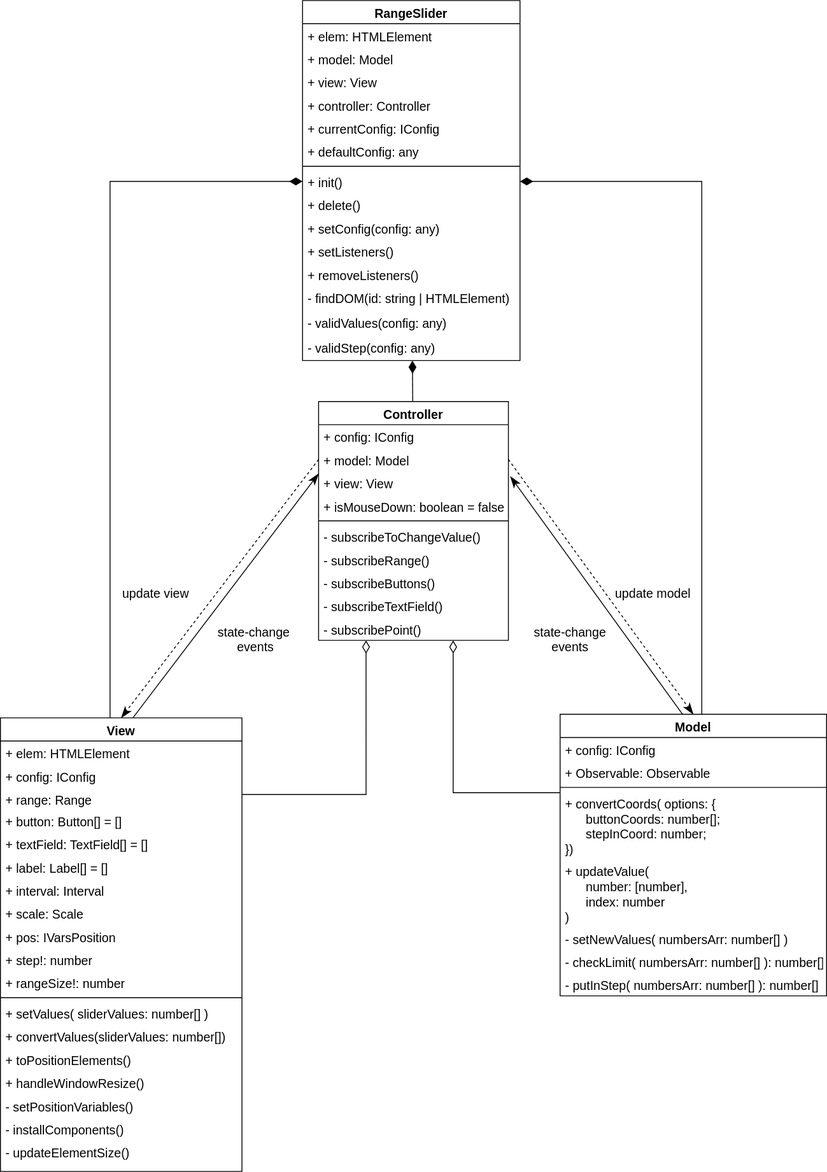
Before: uml/slider.svg, a diagram exported from draw.io (Evgeny3101/plugin). Source tidied: cells renumbered, new cells last; positions are measured from the earlier drawing's top-left corner, leaving out a move shared by most shapes.
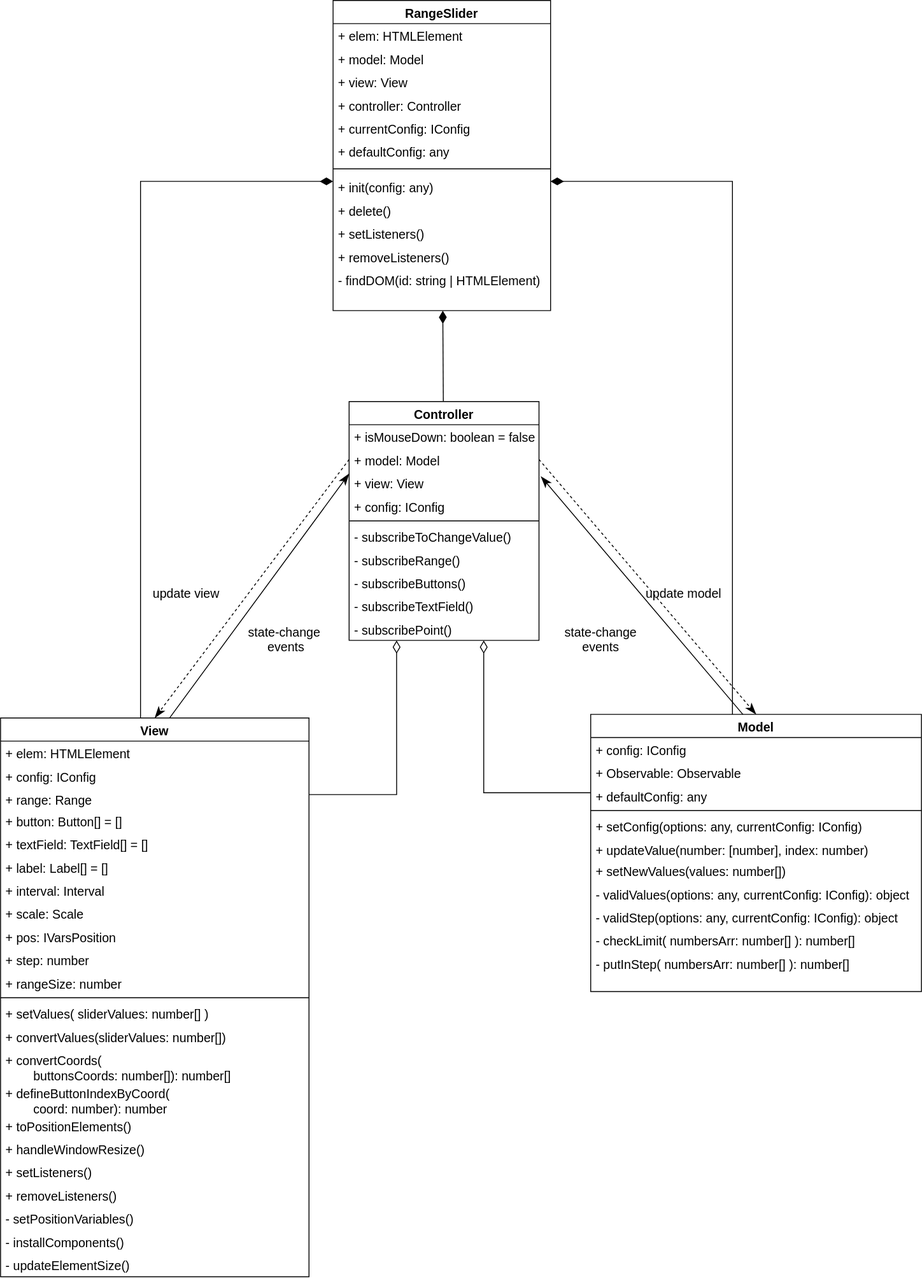
Above is the later version.

The edit, as a diff of the source:
```diff
@@ -5,3 +5,3 @@
     <mxCell id="2" value="RangeSlider&#10;" style="swimlane;fontStyle=1;align=center;verticalAlign=top;horizontal=1;startSize=26;rounded=0;shadow=0;strokeWidth=1;swimlaneFillColor=none;fontSize=14;" parent="1" vertex="1">
-      <mxGeometry x="339" width="244" height="404" as="geometry" />
+      <mxGeometry x="339" width="244" height="348" as="geometry" />
     </mxCell>
@@ -26,28 +26,19 @@
     <mxCell id="9" style="line;html=1;strokeWidth=1;align=left;verticalAlign=middle;spacingTop=-1;spacingLeft=3;spacingRight=3;labelPosition=right;fontSize=14;" parent="2" vertex="1">
-      <mxGeometry y="182" width="244" height="8" as="geometry" />
+      <mxGeometry y="182" width="244" height="14" as="geometry" />
     </mxCell>
-    <mxCell id="10" value="+ init()" style="text;align=left;verticalAlign=top;spacingLeft=4;spacingRight=4;overflow=hidden;fontSize=14;" parent="2" vertex="1">
-      <mxGeometry y="190" width="244" height="26" as="geometry" />
+    <mxCell id="10" value="+ init(config: any)" style="text;align=left;verticalAlign=top;spacingLeft=4;spacingRight=4;overflow=hidden;fontSize=14;" parent="2" vertex="1">
+      <mxGeometry y="196" width="244" height="26" as="geometry" />
     </mxCell>
     <mxCell id="11" value="+ delete()" style="text;align=left;verticalAlign=top;spacingLeft=4;spacingRight=4;overflow=hidden;fontSize=14;" parent="2" vertex="1">
-      <mxGeometry y="216" width="244" height="26" as="geometry" />
+      <mxGeometry y="222" width="244" height="26" as="geometry" />
     </mxCell>
-    <mxCell id="12" value="+ setConfig(config: any)" style="text;strokeColor=none;fillColor=none;align=left;verticalAlign=top;spacingLeft=4;spacingRight=4;overflow=hidden;rounded=1;glass=0;fontSize=14;" parent="2" vertex="1">
-      <mxGeometry y="242" width="244" height="26" as="geometry" />
-    </mxCell>
     <mxCell id="13" value="+ setListeners()" style="text;strokeColor=none;fillColor=none;align=left;verticalAlign=top;spacingLeft=4;spacingRight=4;overflow=hidden;rounded=1;glass=0;startSize=26;fontSize=14;" parent="2" vertex="1">
-      <mxGeometry y="268" width="244" height="26" as="geometry" />
+      <mxGeometry y="248" width="244" height="26" as="geometry" />
     </mxCell>
     <mxCell id="14" value="+ removeListeners()" style="text;strokeColor=none;fillColor=none;align=left;verticalAlign=top;spacingLeft=4;spacingRight=4;overflow=hidden;rounded=1;glass=0;startSize=26;fontSize=14;" parent="2" vertex="1">
-      <mxGeometry y="294" width="244" height="26" as="geometry" />
+      <mxGeometry y="274" width="244" height="26" as="geometry" />
     </mxCell>
     <mxCell id="15" value="- findDOM(id: string | HTMLElement)" style="text;align=left;verticalAlign=top;spacingLeft=4;spacingRight=4;overflow=hidden;fontSize=14;" parent="2" vertex="1">
-      <mxGeometry y="320" width="244" height="28" as="geometry" />
+      <mxGeometry y="300" width="244" height="28" as="geometry" />
     </mxCell>
-    <mxCell id="16" value="- validValues(config: any)" style="text;align=left;verticalAlign=top;spacingLeft=4;spacingRight=4;overflow=hidden;fontSize=14;" parent="2" vertex="1">
-      <mxGeometry y="348" width="244" height="28" as="geometry" />
-    </mxCell>
-    <mxCell id="17" value="- validStep(config: any)" style="text;align=left;verticalAlign=top;spacingLeft=4;spacingRight=4;overflow=hidden;fontSize=14;" parent="2" vertex="1">
-      <mxGeometry y="376" width="244" height="28" as="geometry" />
-    </mxCell>
     <mxCell id="18" value="update view" style="text;html=1;align=center;verticalAlign=middle;fontSize=14;" parent="1" vertex="1">
@@ -94,72 +85,87 @@
     <mxCell id="29" value="View" style="swimlane;fontStyle=1;align=center;verticalAlign=top;horizontal=1;startSize=26;rounded=0;shadow=0;strokeWidth=1;fontSize=14;" parent="1" vertex="1">
-      <mxGeometry y="805" width="271" height="509" as="geometry" />
+      <mxGeometry x="-34" y="805" width="346" height="627" as="geometry" />
     </mxCell>
     <mxCell id="30" value="+ elem: HTMLElement" style="text;strokeColor=none;fillColor=none;align=left;verticalAlign=top;spacingLeft=4;spacingRight=4;overflow=hidden;rounded=1;glass=0;startSize=26;fontSize=14;" parent="29" vertex="1">
-      <mxGeometry y="26" width="271" height="26" as="geometry" />
+      <mxGeometry y="26" width="346" height="26" as="geometry" />
     </mxCell>
     <mxCell id="31" value="+ config: IConfig&#10;" style="text;strokeColor=none;fillColor=none;align=left;verticalAlign=top;spacingLeft=4;spacingRight=4;overflow=hidden;rounded=1;glass=0;startSize=26;fontSize=14;" parent="29" vertex="1">
-      <mxGeometry y="52" width="271" height="26" as="geometry" />
+      <mxGeometry y="52" width="346" height="26" as="geometry" />
     </mxCell>
     <mxCell id="32" value="+ range: Range&#10;" style="text;align=left;verticalAlign=top;spacingLeft=4;spacingRight=4;overflow=hidden;fontSize=14;" parent="29" vertex="1">
-      <mxGeometry y="78" width="271" height="24" as="geometry" />
+      <mxGeometry y="78" width="346" height="24" as="geometry" />
     </mxCell>
     <mxCell id="33" value="+ button: Button[] = []" style="text;strokeColor=none;fillColor=none;align=left;verticalAlign=top;spacingLeft=4;spacingRight=4;overflow=hidden;rounded=1;glass=0;startSize=26;fontSize=14;" parent="29" vertex="1">
-      <mxGeometry y="102" width="271" height="26" as="geometry" />
+      <mxGeometry y="102" width="346" height="26" as="geometry" />
     </mxCell>
     <mxCell id="34" value="+ textField: TextField[] = []" style="text;strokeColor=none;fillColor=none;align=left;verticalAlign=top;spacingLeft=4;spacingRight=4;overflow=hidden;rounded=1;glass=0;startSize=26;fontSize=14;" parent="29" vertex="1">
-      <mxGeometry y="128" width="271" height="26" as="geometry" />
+      <mxGeometry y="128" width="346" height="26" as="geometry" />
     </mxCell>
     <mxCell id="35" value="+ label: Label[] = []" style="text;strokeColor=none;fillColor=none;align=left;verticalAlign=top;spacingLeft=4;spacingRight=4;overflow=hidden;rounded=1;glass=0;startSize=26;fontSize=14;" parent="29" vertex="1">
-      <mxGeometry y="154" width="271" height="26" as="geometry" />
+      <mxGeometry y="154" width="346" height="26" as="geometry" />
     </mxCell>
     <mxCell id="36" value="+ interval: Interval " style="text;strokeColor=none;fillColor=none;align=left;verticalAlign=top;spacingLeft=4;spacingRight=4;overflow=hidden;rounded=1;glass=0;startSize=26;fontSize=14;" parent="29" vertex="1">
-      <mxGeometry y="180" width="271" height="26" as="geometry" />
+      <mxGeometry y="180" width="346" height="26" as="geometry" />
     </mxCell>
     <mxCell id="37" value="+ scale: Scale " style="text;strokeColor=none;fillColor=none;align=left;verticalAlign=top;spacingLeft=4;spacingRight=4;overflow=hidden;rounded=1;glass=0;startSize=26;fontSize=14;" parent="29" vertex="1">
-      <mxGeometry y="206" width="271" height="26" as="geometry" />
+      <mxGeometry y="206" width="346" height="26" as="geometry" />
     </mxCell>
     <mxCell id="38" value="+ pos: IVarsPosition" style="text;strokeColor=none;fillColor=none;align=left;verticalAlign=top;spacingLeft=4;spacingRight=4;overflow=hidden;rounded=1;glass=0;startSize=26;fontSize=14;" parent="29" vertex="1">
-      <mxGeometry y="232" width="271" height="26" as="geometry" />
+      <mxGeometry y="232" width="346" height="26" as="geometry" />
     </mxCell>
-    <mxCell id="39" value="+ step!: number" style="text;strokeColor=none;fillColor=none;align=left;verticalAlign=top;spacingLeft=4;spacingRight=4;overflow=hidden;rounded=1;glass=0;startSize=26;fontSize=14;" parent="29" vertex="1">
-      <mxGeometry y="258" width="271" height="26" as="geometry" />
+    <mxCell id="39" value="+ step: number" style="text;strokeColor=none;fillColor=none;align=left;verticalAlign=top;spacingLeft=4;spacingRight=4;overflow=hidden;rounded=1;glass=0;startSize=26;fontSize=14;" parent="29" vertex="1">
+      <mxGeometry y="258" width="346" height="26" as="geometry" />
     </mxCell>
-    <mxCell id="40" value="+ rangeSize!: number" style="text;strokeColor=none;fillColor=none;align=left;verticalAlign=top;spacingLeft=4;spacingRight=4;overflow=hidden;rounded=1;glass=0;startSize=26;fontSize=14;" parent="29" vertex="1">
-      <mxGeometry y="284" width="271" height="26" as="geometry" />
+    <mxCell id="40" value="+ rangeSize: number" style="text;strokeColor=none;fillColor=none;align=left;verticalAlign=top;spacingLeft=4;spacingRight=4;overflow=hidden;rounded=1;glass=0;startSize=26;fontSize=14;" parent="29" vertex="1">
+      <mxGeometry y="284" width="346" height="26" as="geometry" />
     </mxCell>
     <mxCell id="41" style="line;html=1;strokeWidth=1;align=left;verticalAlign=middle;spacingTop=-1;spacingLeft=3;spacingRight=3;labelPosition=right;fontSize=14;" parent="29" vertex="1">
-      <mxGeometry y="310" width="271" height="8" as="geometry" />
+      <mxGeometry y="310" width="346" height="8" as="geometry" />
     </mxCell>
     <mxCell id="42" value="+ setValues( sliderValues: number[] )" style="text;strokeColor=none;fillColor=none;align=left;verticalAlign=top;spacingLeft=4;spacingRight=4;overflow=hidden;rounded=1;glass=0;startSize=26;fontSize=14;" parent="29" vertex="1">
-      <mxGeometry y="318" width="271" height="26" as="geometry" />
+      <mxGeometry y="318" width="346" height="26" as="geometry" />
     </mxCell>
     <mxCell id="43" value="+ convertValues(sliderValues: number[])&#10;" style="text;strokeColor=none;fillColor=none;align=left;verticalAlign=top;spacingLeft=4;spacingRight=4;overflow=hidden;rounded=1;glass=0;startSize=26;fontSize=14;" parent="29" vertex="1">
-      <mxGeometry y="344" width="271" height="26" as="geometry" />
+      <mxGeometry y="344" width="346" height="26" as="geometry" />
     </mxCell>
+    <mxCell id="73" value="+ convertCoords(&#10;        buttonsCoords: number[]): number[]" style="text;strokeColor=none;fillColor=none;align=left;verticalAlign=top;spacingLeft=4;spacingRight=4;overflow=hidden;rounded=1;glass=0;startSize=26;fontSize=14;" parent="29" vertex="1">
+      <mxGeometry y="370" width="346" height="37" as="geometry" />
+    </mxCell>
-    <mxCell id="44" value="+ toPositionElements()" style="text;strokeColor=none;fillColor=none;align=left;verticalAlign=top;spacingLeft=4;spacingRight=4;overflow=hidden;rounded=1;glass=0;startSize=26;fontSize=14;" parent="29" vertex="1">
-      <mxGeometry y="370" width="271" height="26" as="geometry" />
+    <mxCell id="44" value="+ defineButtonIndexByCoord(&#10;        coord: number): number" style="text;strokeColor=none;fillColor=none;align=left;verticalAlign=top;spacingLeft=4;spacingRight=4;overflow=hidden;rounded=1;glass=0;startSize=26;fontSize=14;" parent="29" vertex="1">
+      <mxGeometry y="407" width="346" height="37" as="geometry" />
     </mxCell>
+    <mxCell id="74" value="+ toPositionElements()" style="text;strokeColor=none;fillColor=none;align=left;verticalAlign=top;spacingLeft=4;spacingRight=4;overflow=hidden;rounded=1;glass=0;startSize=26;fontSize=14;" parent="29" vertex="1">
+      <mxGeometry y="444" width="346" height="26" as="geometry" />
+    </mxCell>
     <mxCell id="45" value="+ handleWindowResize()" style="text;strokeColor=none;fillColor=none;align=left;verticalAlign=top;spacingLeft=4;spacingRight=4;overflow=hidden;fontSize=14;" parent="29" vertex="1">
-      <mxGeometry y="396" width="271" height="26" as="geometry" />
+      <mxGeometry y="470" width="346" height="26" as="geometry" />
     </mxCell>
+    <mxCell id="75" value="+ setListeners()" style="text;strokeColor=none;fillColor=none;align=left;verticalAlign=top;spacingLeft=4;spacingRight=4;overflow=hidden;rounded=1;glass=0;startSize=26;fontSize=14;" parent="29" vertex="1">
+      <mxGeometry y="496" width="346" height="26" as="geometry" />
+    </mxCell>
+    <mxCell id="76" value="+ removeListeners()" style="text;strokeColor=none;fillColor=none;align=left;verticalAlign=top;spacingLeft=4;spacingRight=4;overflow=hidden;rounded=1;glass=0;startSize=26;fontSize=14;" parent="29" vertex="1">
+      <mxGeometry y="522" width="346" height="26" as="geometry" />
+    </mxCell>
     <mxCell id="46" value="- setPositionVariables()&#10;" style="text;strokeColor=none;fillColor=none;align=left;verticalAlign=top;spacingLeft=4;spacingRight=4;overflow=hidden;rounded=1;glass=0;startSize=26;fontSize=14;" parent="29" vertex="1">
-      <mxGeometry y="422" width="271" height="26" as="geometry" />
+      <mxGeometry y="548" width="346" height="26" as="geometry" />
     </mxCell>
     <mxCell id="47" value="- installComponents()" style="text;strokeColor=none;fillColor=none;align=left;verticalAlign=top;spacingLeft=4;spacingRight=4;overflow=hidden;rounded=1;glass=0;startSize=26;fontSize=14;" parent="29" vertex="1">
-      <mxGeometry y="448" width="271" height="26" as="geometry" />
+      <mxGeometry y="574" width="346" height="26" as="geometry" />
     </mxCell>
     <mxCell id="48" value="- updateElementSize()" style="text;strokeColor=none;fillColor=none;align=left;verticalAlign=top;spacingLeft=4;spacingRight=4;overflow=hidden;rounded=1;glass=0;startSize=26;fontSize=14;" parent="29" vertex="1">
-      <mxGeometry y="474" width="271" height="26" as="geometry" />
+      <mxGeometry y="600" width="346" height="26" as="geometry" />
     </mxCell>
     <mxCell id="49" value="Model" style="swimlane;fontStyle=1;align=center;verticalAlign=top;horizontal=1;startSize=26;rounded=0;shadow=0;strokeWidth=1;fontSize=14;" parent="1" vertex="1">
-      <mxGeometry x="628" y="801" width="299" height="316" as="geometry" />
+      <mxGeometry x="628" y="801" width="371" height="311" as="geometry" />
     </mxCell>
     <mxCell id="50" value="+ config: IConfig&#10;" style="text;strokeColor=none;fillColor=none;align=left;verticalAlign=top;spacingLeft=4;spacingRight=4;overflow=hidden;rounded=1;glass=0;startSize=26;fontSize=14;" parent="49" vertex="1">
-      <mxGeometry y="26" width="299" height="26" as="geometry" />
+      <mxGeometry y="26" width="371" height="26" as="geometry" />
     </mxCell>
     <mxCell id="51" value="+ Observable: Observable" style="text;strokeColor=none;fillColor=none;align=left;verticalAlign=top;spacingLeft=4;spacingRight=4;overflow=hidden;fontSize=14;" parent="49" vertex="1">
-      <mxGeometry y="52" width="299" height="26" as="geometry" />
+      <mxGeometry y="52" width="371" height="26" as="geometry" />
     </mxCell>
+    <mxCell id="77" value="+ defaultConfig: any&#10;&#10;" style="text;align=left;verticalAlign=top;spacingLeft=4;spacingRight=4;overflow=hidden;rounded=0;shadow=0;html=0;fontSize=14;" parent="49" vertex="1">
+      <mxGeometry y="78" width="371" height="26" as="geometry" />
+    </mxCell>
     <mxCell id="52" style="line;html=1;strokeWidth=1;align=left;verticalAlign=middle;spacingTop=-1;spacingLeft=3;spacingRight=3;labelPosition=right;fillColor=none;fontSize=14;" parent="49" vertex="1">
-      <mxGeometry y="78" width="299" height="8" as="geometry" />
+      <mxGeometry y="104" width="371" height="8" as="geometry" />
     </mxCell>
@@ -171,16 +177,22 @@
     </mxCell>
-    <mxCell id="54" value="+ convertCoords( options: {&#10;      buttonCoords: number[];&#10;      stepInCoord: number;  &#10;})" style="text;strokeColor=none;fillColor=none;align=left;verticalAlign=top;spacingLeft=4;spacingRight=4;overflow=hidden;rounded=1;glass=0;startSize=26;fontSize=14;" parent="49" vertex="1">
-      <mxGeometry y="86" width="299" height="76" as="geometry" />
-    </mxCell>
+    <mxCell id="78" value="+ setConfig(options: any, currentConfig: IConfig)" style="text;align=left;verticalAlign=top;spacingLeft=4;spacingRight=4;overflow=hidden;rounded=0;shadow=0;html=0;fontSize=14;" parent="49" vertex="1">
+      <mxGeometry y="112" width="371" height="26" as="geometry" />
+    </mxCell>
-    <mxCell id="55" value="+ updateValue(&#10;      number: [number], &#10;      index: number &#10;)" style="text;strokeColor=none;fillColor=none;align=left;verticalAlign=top;spacingLeft=4;spacingRight=4;overflow=hidden;rounded=1;glass=0;startSize=26;fontSize=14;" parent="49" vertex="1">
-      <mxGeometry y="162" width="299" height="76" as="geometry" />
+    <mxCell id="55" value="+ updateValue(number: [number], index: number)" style="text;strokeColor=none;fillColor=none;align=left;verticalAlign=top;spacingLeft=4;spacingRight=4;overflow=hidden;rounded=1;glass=0;startSize=26;fontSize=14;" parent="49" vertex="1">
+      <mxGeometry y="138" width="371" height="24" as="geometry" />
     </mxCell>
-    <mxCell id="56" value="- setNewValues( numbersArr: number[] )" style="text;strokeColor=none;fillColor=none;align=left;verticalAlign=top;spacingLeft=4;spacingRight=4;overflow=hidden;rounded=1;glass=0;startSize=26;fontSize=14;" parent="49" vertex="1">
-      <mxGeometry y="238" width="299" height="26" as="geometry" />
-    </mxCell>
+    <mxCell id="79" value="+ setNewValues(values: number[])" style="text;align=left;verticalAlign=top;spacingLeft=4;spacingRight=4;overflow=hidden;rounded=0;shadow=0;html=0;fontSize=14;" parent="49" vertex="1">
+      <mxGeometry y="162" width="371" height="26" as="geometry" />
+    </mxCell>
+    <mxCell id="80" value="- validValues(options: any, currentConfig: IConfig): object" style="text;strokeColor=none;fillColor=none;align=left;verticalAlign=top;spacingLeft=4;spacingRight=4;overflow=hidden;rounded=1;glass=0;startSize=26;fontSize=14;" parent="49" vertex="1">
+      <mxGeometry y="188" width="371" height="26" as="geometry" />
+    </mxCell>
+    <mxCell id="81" value="- validStep(options: any, currentConfig: IConfig): object" style="text;strokeColor=none;fillColor=none;align=left;verticalAlign=top;spacingLeft=4;spacingRight=4;overflow=hidden;rounded=1;glass=0;startSize=26;fontSize=14;" parent="49" vertex="1">
+      <mxGeometry y="214" width="371" height="26" as="geometry" />
+    </mxCell>
     <mxCell id="57" value="- checkLimit( numbersArr: number[] ): number[]" style="text;strokeColor=none;fillColor=none;align=left;verticalAlign=top;spacingLeft=4;spacingRight=4;overflow=hidden;rounded=1;glass=0;startSize=26;fontSize=14;" parent="49" vertex="1">
-      <mxGeometry y="264" width="299" height="26" as="geometry" />
+      <mxGeometry y="240" width="371" height="26" as="geometry" />
     </mxCell>
     <mxCell id="58" value="- putInStep( numbersArr: number[] ): number[]" style="text;strokeColor=none;fillColor=none;align=left;verticalAlign=top;spacingLeft=4;spacingRight=4;overflow=hidden;rounded=1;glass=0;startSize=26;fontSize=14;" parent="49" vertex="1">
-      <mxGeometry y="290" width="299" height="26" as="geometry" />
+      <mxGeometry y="266" width="371" height="26" as="geometry" />
     </mxCell>
@@ -192,5 +204,5 @@
     </mxCell>
-    <mxCell id="61" value="+ config: IConfig&#10;" style="text;align=left;verticalAlign=top;spacingLeft=4;spacingRight=4;overflow=hidden;rounded=0;shadow=0;html=0;fontSize=14;" parent="60" vertex="1">
-      <mxGeometry y="26" width="213" height="26" as="geometry" />
-    </mxCell>
+    <mxCell id="64" value="+ isMouseDown: boolean = false" style="text;strokeColor=none;fillColor=none;align=left;verticalAlign=top;spacingLeft=4;spacingRight=4;overflow=hidden;rounded=1;glass=0;startSize=26;fontSize=14;" parent="60" vertex="1">
+      <mxGeometry y="26" width="213" height="26" as="geometry" />
+    </mxCell>
     <mxCell id="62" value="+ model: Model&#10;&#10;" style="text;strokeColor=none;fillColor=none;align=left;verticalAlign=top;spacingLeft=4;spacingRight=4;overflow=hidden;points=[[0,0.5],[1,0.5]];portConstraint=eastwest;rounded=1;glass=0;fontSize=14;" parent="60" vertex="1">
@@ -201,5 +213,5 @@
     </mxCell>
-    <mxCell id="64" value="+ isMouseDown: boolean = false" style="text;strokeColor=none;fillColor=none;align=left;verticalAlign=top;spacingLeft=4;spacingRight=4;overflow=hidden;rounded=1;glass=0;startSize=26;fontSize=14;" parent="60" vertex="1">
-      <mxGeometry y="104" width="213" height="26" as="geometry" />
-    </mxCell>
+    <mxCell id="61" value="+ config: IConfig&#10;" style="text;align=left;verticalAlign=top;spacingLeft=4;spacingRight=4;overflow=hidden;rounded=0;shadow=0;html=0;fontSize=14;" parent="60" vertex="1">
+      <mxGeometry y="104" width="213" height="26" as="geometry" />
+    </mxCell>
     <mxCell id="65" style="line;html=1;strokeWidth=1;align=left;verticalAlign=middle;spacingTop=-1;spacingLeft=3;spacingRight=3;labelPosition=right;fontSize=14;" parent="60" vertex="1">
```
